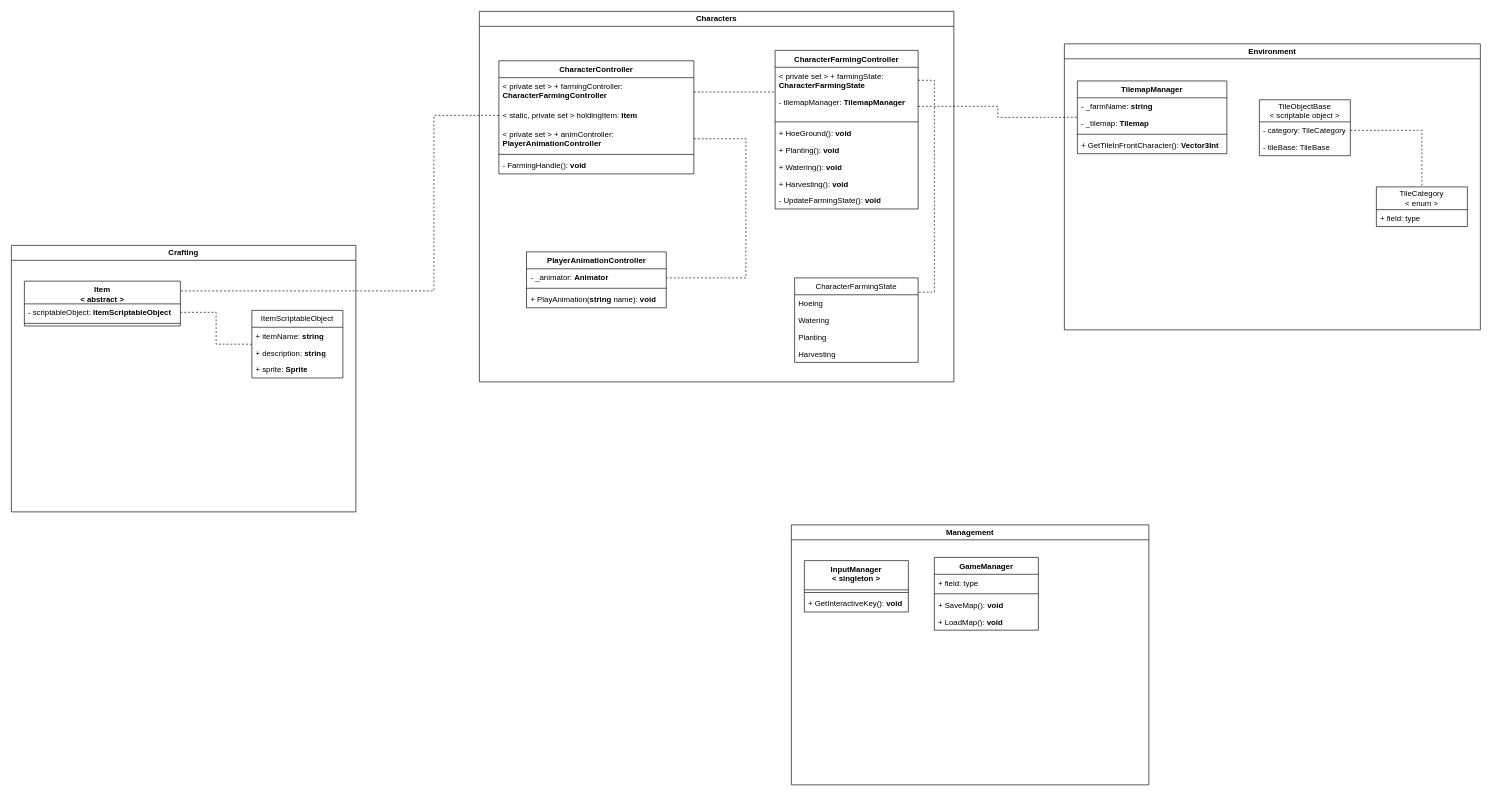
linhh563/sunny-fields keeps this draw.io diagram as page "draft_farming" (3 of 4) of Document/Diagrams/sunny_field_classes.drawio. Above is the earlier version. Source tidied: cells renumbered, new cells numbered last; positions are measured from the earlier drawing's top-left corner, leaving out a move shared by most shapes. Both pictures are drawn from the tidied source at 65%, with x=0, y=0 at pixel (11, 11).
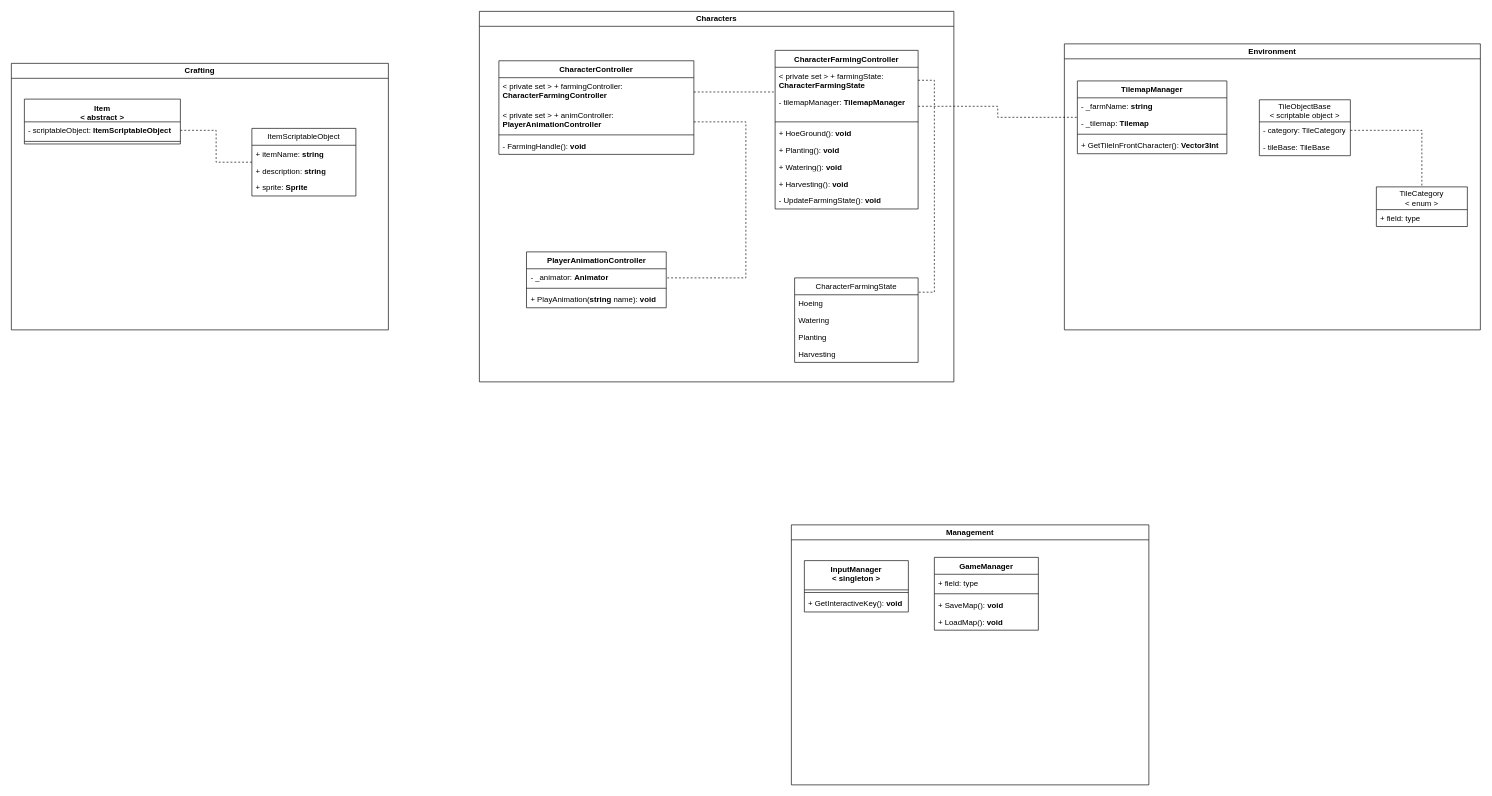
The same page after the edit.

Unchanged cells that the change refers to:
```xml
<mxCell id="14" value="Characters" style="swimlane;whiteSpace=wrap;html=1;" parent="1" vertex="1">
  <mxGeometry x="720" width="730" height="570" as="geometry" />
</mxCell>
<mxCell id="31" value="PlayerAnimationController" style="swimlane;fontStyle=1;align=center;verticalAlign=top;horizontal=1;startSize=26;whiteSpace=wrap;html=1;" parent="14" vertex="1">
  <mxGeometry x="72.5" y="370" width="215" height="86" as="geometry" />
</mxCell>
<mxCell id="52" value="Item&lt;div&gt;&amp;lt; abstract &amp;gt;&lt;/div&gt;" style="swimlane;fontStyle=1;align=center;verticalAlign=top;horizontal=1;startSize=35;whiteSpace=wrap;html=1;" parent="51" vertex="1">
  <mxGeometry x="20" y="55" width="240" height="69" as="geometry" />
</mxCell>
```

What changed in the source:
```diff
@@
     <mxCell id="16" value="CharacterController" style="swimlane;fontStyle=1;align=center;verticalAlign=top;horizontal=1;startSize=26;whiteSpace=wrap;html=1;" parent="14" vertex="1">
-      <mxGeometry x="30" y="76" width="300" height="174" as="geometry" />
+      <mxGeometry x="30" y="76" width="300" height="144" as="geometry" />
     </mxCell>
@@
-    <mxCell id="18" value="&amp;lt; static, private set &amp;gt; holdingItem: &lt;b&gt;Item&lt;/b&gt;" style="text;strokeColor=none;fillColor=none;align=left;verticalAlign=top;spacingLeft=4;spacingRight=4;overflow=hidden;points=[[0,0.5],[1,0.5]];portConstraint=eastwest;whiteSpace=wrap;html=1;" parent="16" vertex="1">
-      <mxGeometry y="70" width="300" height="30" as="geometry" />
-    </mxCell>
     <mxCell id="19" value="&amp;lt; private set &amp;gt; + animController: &lt;b&gt;PlayerAnimationController&lt;/b&gt;" style="text;strokeColor=none;fillColor=none;align=left;verticalAlign=top;spacingLeft=4;spacingRight=4;overflow=hidden;points=[[0,0.5],[1,0.5]];portConstraint=eastwest;whiteSpace=wrap;html=1;" parent="16" vertex="1">
-      <mxGeometry y="100" width="300" height="40" as="geometry" />
+      <mxGeometry y="70" width="300" height="40" as="geometry" />
     </mxCell>
     <mxCell id="20" style="line;strokeWidth=1;fillColor=none;align=left;verticalAlign=middle;spacingTop=-1;spacingLeft=3;spacingRight=3;labelPosition=right;strokeColor=inherit;" parent="16" vertex="1">
-      <mxGeometry y="140" width="300" height="8" as="geometry" />
+      <mxGeometry y="110" width="300" height="8" as="geometry" />
     </mxCell>
     <mxCell id="21" value="- FarmingHandle(): &lt;b&gt;void&lt;/b&gt;" style="text;strokeColor=none;fillColor=none;align=left;verticalAlign=top;spacingLeft=4;spacingRight=4;overflow=hidden;whiteSpace=wrap;html=1;" parent="16" vertex="1">
-      <mxGeometry y="148" width="300" height="26" as="geometry" />
+      <mxGeometry y="118" width="300" height="26" as="geometry" />
     </mxCell>
@@
     <mxCell id="35" style="edgeStyle=orthogonalEdgeStyle;rounded=0;jettySize=auto;html=1;dashed=1;endArrow=none;startFill=0;" parent="14" edge="1" source="19" target="31">
       <mxGeometry relative="1" as="geometry">
         <Array as="points">
-          <mxPoint x="410" y="196" />
+          <mxPoint x="410" y="170" />
           <mxPoint x="410" y="410" />
         </Array>
       </mxGeometry>
     </mxCell>
@@
     <mxCell id="51" value="Crafting" style="swimlane;whiteSpace=wrap;html=1;" parent="1" vertex="1">
-      <mxGeometry y="360" width="530" height="410" as="geometry" />
+      <mxGeometry y="80" width="580" height="410" as="geometry" />
     </mxCell>
@@
     <mxCell id="55" value="ItemScriptableObject" style="swimlane;fontStyle=0;horizontal=1;startSize=26;fillColor=none;whiteSpace=wrap;html=1;" parent="51" vertex="1">
-      <mxGeometry x="370" y="100" width="140" height="104" as="geometry" />
+      <mxGeometry x="370" y="100" width="160" height="104" as="geometry" />
     </mxCell>
     <mxCell id="56" value="+ itemName: &lt;b&gt;string&lt;/b&gt;" style="text;strokeColor=none;fillColor=none;align=left;verticalAlign=top;spacingLeft=4;spacingRight=4;overflow=hidden;whiteSpace=wrap;html=1;" parent="55" vertex="1">
-      <mxGeometry y="26" width="140" height="26" as="geometry" />
+      <mxGeometry y="26" width="160" height="26" as="geometry" />
     </mxCell>
     <mxCell id="57" value="+ description: &lt;b&gt;string&lt;/b&gt;" style="text;strokeColor=none;fillColor=none;align=left;verticalAlign=top;spacingLeft=4;spacingRight=4;overflow=hidden;whiteSpace=wrap;html=1;" parent="55" vertex="1">
-      <mxGeometry y="52" width="140" height="26" as="geometry" />
+      <mxGeometry y="52" width="160" height="26" as="geometry" />
     </mxCell>
     <mxCell id="58" value="+ sprite: &lt;b&gt;Sprite&lt;/b&gt;" style="text;strokeColor=none;fillColor=none;align=left;verticalAlign=top;spacingLeft=4;spacingRight=4;overflow=hidden;whiteSpace=wrap;html=1;" parent="55" vertex="1">
-      <mxGeometry y="78" width="140" height="26" as="geometry" />
+      <mxGeometry y="78" width="160" height="26" as="geometry" />
     </mxCell>
@@
-    <mxCell id="60" style="edgeStyle=orthogonalEdgeStyle;rounded=0;jettySize=auto;html=1;dashed=1;endArrow=none;startFill=0;" parent="1" edge="1" source="18" target="52">
-      <mxGeometry relative="1" as="geometry">
-        <Array as="points">
-          <mxPoint x="650" y="160" />
-          <mxPoint x="650" y="430" />
-        </Array>
-      </mxGeometry>
-    </mxCell>
```
